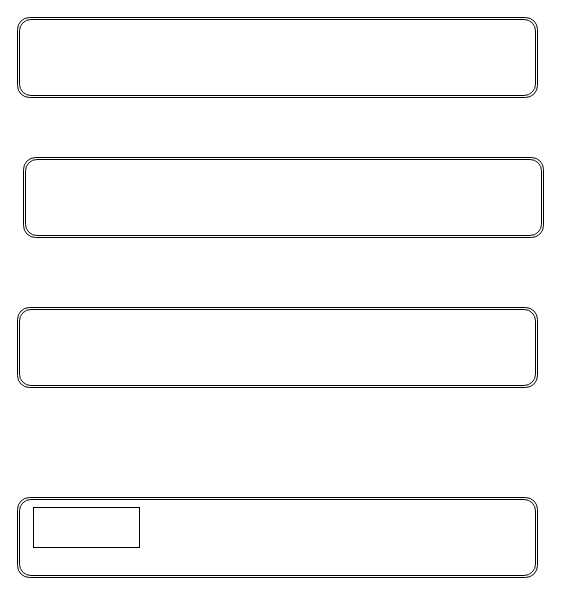
EVAyo/XiOS keeps this draw.io diagram as Untitled Diagram.drawio. Above is the earlier version. Source tidied: cells renumbered, new cells numbered last; positions are measured from the earlier drawing's top-left corner, leaving out a move shared by most shapes. Both pictures are drawn from the tidied source at 100%, with x=0, y=0 at pixel (17, 17).
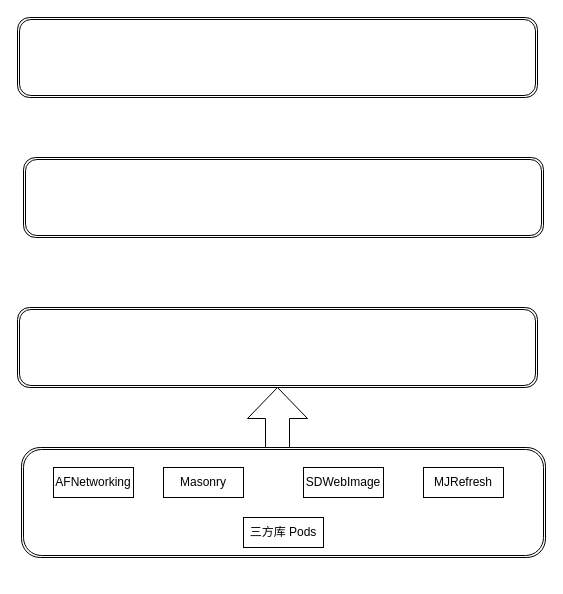
The same diagram, later.

Diff of the diagram source:
```diff
@@
 <mxGraphModel>
   <root>
     <mxCell id="0" />
     <mxCell id="1" parent="0" />
-    <mxCell id="2" style="shape=ext;double=1;rounded=1;whiteSpace=wrap;html=1;" parent="1" vertex="1">
-      <mxGeometry y="480" width="520" height="80" as="geometry" />
+    <mxCell id="2" style="shape=ext;double=1;rounded=1;whiteSpace=wrap;html=1;arcSize=17;" parent="1" vertex="1">
+      <mxGeometry x="4" y="430" width="524" height="110" as="geometry" />
     </mxCell>
-    <mxCell id="3" style="rounded=0;whiteSpace=wrap;html=1;" parent="1" vertex="1">
-      <mxGeometry x="16" y="490" width="106" height="40" as="geometry" />
+    <mxCell id="3" value="三方库 Pods" style="rounded=0;whiteSpace=wrap;html=1;" parent="1" vertex="1">
+      <mxGeometry x="226" y="500" width="80" height="30" as="geometry" />
     </mxCell>
     <mxCell id="4" style="shape=ext;double=1;rounded=1;whiteSpace=wrap;html=1;" parent="1" vertex="1">
       <mxGeometry y="290" width="520" height="80" as="geometry" />
     </mxCell>
     <mxCell id="5" style="shape=ext;double=1;rounded=1;whiteSpace=wrap;html=1;" parent="1" vertex="1">
       <mxGeometry x="6" y="140" width="520" height="80" as="geometry" />
     </mxCell>
     <mxCell id="6" style="shape=ext;double=1;rounded=1;whiteSpace=wrap;html=1;" parent="1" vertex="1">
       <mxGeometry width="520" height="80" as="geometry" />
     </mxCell>
+    <mxCell id="7" value="AFNetworking" style="rounded=0;whiteSpace=wrap;html=1;" parent="1" vertex="1">
+      <mxGeometry x="36" y="450" width="80" height="30" as="geometry" />
+    </mxCell>
+    <mxCell id="8" value="Masonry" style="rounded=0;whiteSpace=wrap;html=1;" parent="1" vertex="1">
+      <mxGeometry x="146" y="450" width="80" height="30" as="geometry" />
+    </mxCell>
+    <mxCell id="9" value="SDWebImage" style="rounded=0;whiteSpace=wrap;html=1;" parent="1" vertex="1">
+      <mxGeometry x="286" y="450" width="80" height="30" as="geometry" />
+    </mxCell>
+    <mxCell id="10" value="MJRefresh" style="rounded=0;whiteSpace=wrap;html=1;" parent="1" vertex="1">
+      <mxGeometry x="406" y="450" width="80" height="30" as="geometry" />
+    </mxCell>
+    <mxCell id="11" style="shape=singleArrow;direction=north;whiteSpace=wrap;html=1;arrowWidth=0.4;arrowSize=0.5166666666666667;" parent="1" vertex="1">
+      <mxGeometry x="230" y="370" width="60" height="60" as="geometry" />
+    </mxCell>
   </root>
 </mxGraphModel>
```
